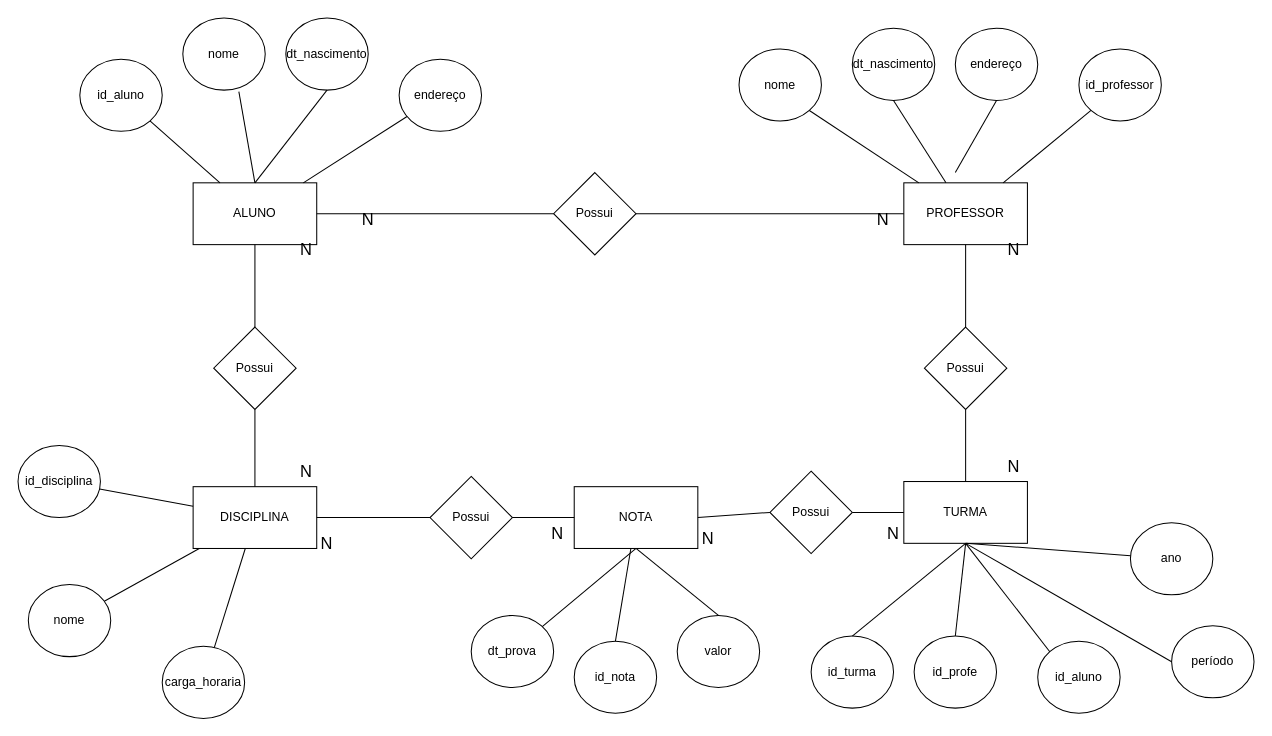
This is Diagrama sem nome.drawio from nathanbizinoto/Modelagem-de-Banco-de-Dados, a draw.io file, before an edit. Source tidied: cells renumbered, new cells numbered last; positions are measured from the earlier drawing's top-left corner, leaving out a move shared by most shapes. Both pictures are drawn from the tidied source at 103%, with x=0, y=0 at pixel (18, 18).
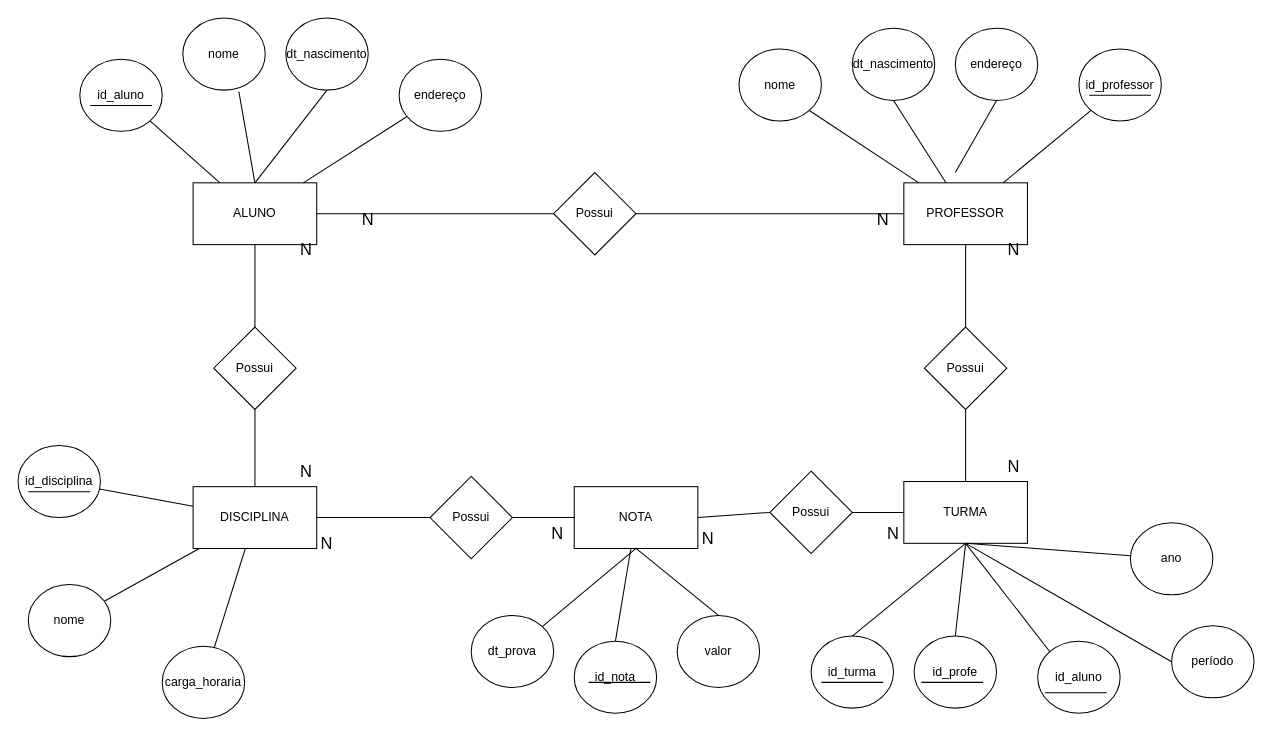
After the change.

The edit, as a diff of the source:
```diff
@@
+    <mxCell id="71" style="line;strokeWidth=1;dashed=0;labelPosition=right;align=left;verticalAlign=middle;spacingTop=0;spacingLeft=6;fontSize=16;" parent="1" vertex="1">
+      <mxGeometry x="554" y="640" width="60" height="10" as="geometry" />
+    </mxCell>
+    <mxCell id="72" style="line;strokeWidth=1;dashed=0;labelPosition=right;align=left;verticalAlign=middle;spacingTop=0;spacingLeft=6;fontSize=16;" parent="1" vertex="1">
+      <mxGeometry x="70" y="80" width="60" height="10" as="geometry" />
+    </mxCell>
+    <mxCell id="73" style="line;strokeWidth=1;dashed=0;labelPosition=right;align=left;verticalAlign=middle;spacingTop=0;spacingLeft=6;fontSize=16;" parent="1" vertex="1">
+      <mxGeometry x="1040" y="70" width="60" height="10" as="geometry" />
+    </mxCell>
+    <mxCell id="74" style="line;strokeWidth=1;dashed=0;labelPosition=right;align=left;verticalAlign=middle;spacingTop=0;spacingLeft=6;fontSize=16;" parent="1" vertex="1">
+      <mxGeometry x="780" y="640" width="60" height="10" as="geometry" />
+    </mxCell>
+    <mxCell id="75" style="line;strokeWidth=1;dashed=0;labelPosition=right;align=left;verticalAlign=middle;spacingTop=0;spacingLeft=6;fontSize=16;" parent="1" vertex="1">
+      <mxGeometry x="877" y="640" width="60" height="10" as="geometry" />
+    </mxCell>
+    <mxCell id="76" style="line;strokeWidth=1;dashed=0;labelPosition=right;align=left;verticalAlign=middle;spacingTop=0;spacingLeft=6;fontSize=16;" parent="1" vertex="1">
+      <mxGeometry x="997" y="650" width="60" height="10" as="geometry" />
+    </mxCell>
+    <mxCell id="77" style="line;strokeWidth=1;dashed=0;labelPosition=right;align=left;verticalAlign=middle;spacingTop=0;spacingLeft=6;fontSize=16;" parent="1" vertex="1">
+      <mxGeometry x="10" y="455" width="60" height="10" as="geometry" />
+    </mxCell>
```
